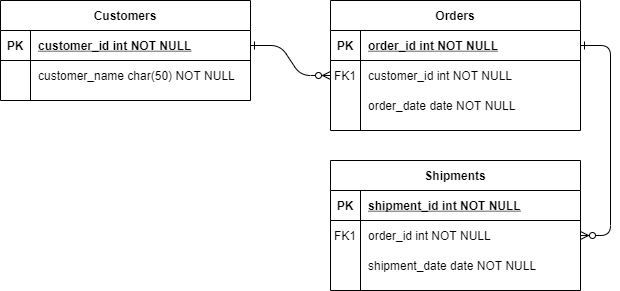
Before: img/Untitled Diagram.drawio.png, a diagram exported from draw.io (wch18735/Data-Modelling). Source tidied: cells renumbered, new cells last; positions are measured from the earlier drawing's top-left corner, leaving out a move shared by most shapes.
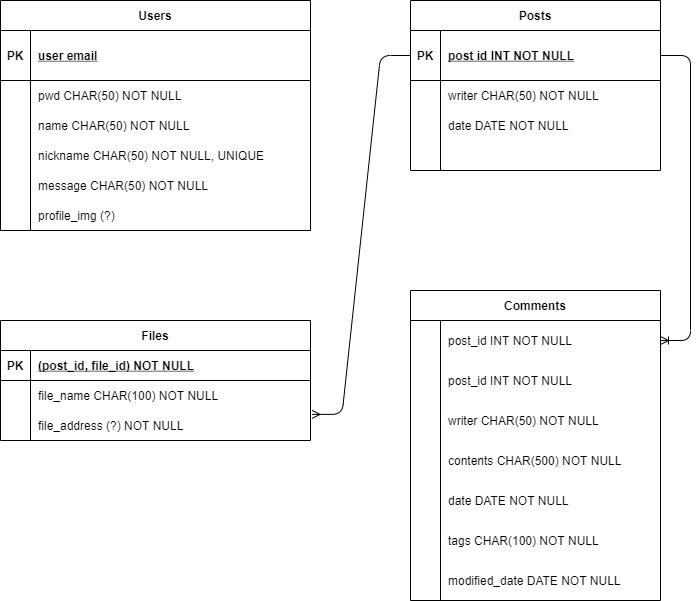
The same file after the commit.

Change to the diagram source:
```diff
@@ -2,92 +2,206 @@
   <root>
     <mxCell id="0" />
     <mxCell id="1" parent="0" />
-    <mxCell id="2" style="edgeStyle=entityRelationEdgeStyle;endArrow=ERzeroToMany;startArrow=ERone;endFill=1;startFill=0;" parent="1" edge="1" source="25" target="8">
-      <mxGeometry relative="1" as="geometry" />
-    </mxCell>
-    <mxCell id="3" style="edgeStyle=entityRelationEdgeStyle;endArrow=ERzeroToMany;startArrow=ERone;endFill=1;startFill=0;" parent="1" edge="1" source="5" target="18">
-      <mxGeometry relative="1" as="geometry" />
-    </mxCell>
-    <mxCell id="4" value="Orders" style="shape=table;startSize=30;rowLines=0;fontStyle=1;align=center;" parent="1" vertex="1">
-      <mxGeometry x="330" width="250" height="130" as="geometry" />
+    <mxCell id="4" value="Posts" style="shape=table;startSize=30;rowLines=0;fontStyle=1;align=center;" parent="1" vertex="1">
+      <mxGeometry x="350" y="-20" width="250" height="170" as="geometry" />
     </mxCell>
     <mxCell id="5" style="shape=partialRectangle;fillColor=none;points=[[0,0.5],[1,0.5]];portConstraint=eastwest;top=0;left=0;right=0;bottom=1;" parent="4" vertex="1">
-      <mxGeometry y="30" width="250" height="30" as="geometry" />
+      <mxGeometry y="30" width="250" height="50" as="geometry" />
     </mxCell>
     <mxCell id="6" value="PK" style="shape=partialRectangle;overflow=hidden;fillColor=none;top=0;left=0;bottom=0;right=0;fontStyle=1;" parent="5" vertex="1">
-      <mxGeometry width="30" height="30" as="geometry" />
+      <mxGeometry width="30" height="50" as="geometry" />
     </mxCell>
-    <mxCell id="7" value="order_id int NOT NULL " style="shape=partialRectangle;overflow=hidden;fillColor=none;top=0;left=0;bottom=0;right=0;align=left;spacingLeft=6;fontStyle=5;" parent="5" vertex="1">
-      <mxGeometry x="30" width="220" height="30" as="geometry" />
+    <mxCell id="7" value="post id INT NOT NULL" style="shape=partialRectangle;overflow=hidden;fillColor=none;top=0;left=0;bottom=0;right=0;align=left;spacingLeft=6;fontStyle=5;" parent="5" vertex="1">
+      <mxGeometry x="30" width="220" height="50" as="geometry" />
     </mxCell>
     <mxCell id="8" style="shape=partialRectangle;fillColor=none;points=[[0,0.5],[1,0.5]];portConstraint=eastwest;top=0;left=0;right=0;bottom=0;" parent="4" vertex="1">
-      <mxGeometry y="60" width="250" height="30" as="geometry" />
+      <mxGeometry y="80" width="250" height="30" as="geometry" />
     </mxCell>
-    <mxCell id="9" value="FK1" style="shape=partialRectangle;overflow=hidden;fillColor=none;top=0;left=0;bottom=0;right=0;" parent="8" vertex="1">
+    <mxCell id="9" style="shape=partialRectangle;overflow=hidden;fillColor=none;top=0;left=0;bottom=0;right=0;" parent="8" vertex="1">
       <mxGeometry width="30" height="30" as="geometry" />
     </mxCell>
-    <mxCell id="10" value="customer_id int NOT NULL" style="shape=partialRectangle;overflow=hidden;fillColor=none;top=0;left=0;bottom=0;right=0;align=left;spacingLeft=6;" parent="8" vertex="1">
+    <mxCell id="10" value="writer CHAR(50) NOT NULL" style="shape=partialRectangle;overflow=hidden;fillColor=none;top=0;left=0;bottom=0;right=0;align=left;spacingLeft=6;" parent="8" vertex="1">
       <mxGeometry x="30" width="220" height="30" as="geometry" />
     </mxCell>
     <mxCell id="11" style="shape=partialRectangle;fillColor=none;top=0;left=0;right=0;bottom=0;" parent="4" vertex="1">
-      <mxGeometry y="90" width="250" height="30" as="geometry" />
+      <mxGeometry y="110" width="250" height="30" as="geometry" />
     </mxCell>
     <mxCell id="12" style="shape=partialRectangle;overflow=hidden;fillColor=none;top=0;left=0;bottom=0;right=0;" parent="11" vertex="1">
       <mxGeometry width="30" height="30" as="geometry" />
     </mxCell>
-    <mxCell id="13" value="order_date date NOT NULL" style="shape=partialRectangle;overflow=hidden;fillColor=none;top=0;left=0;bottom=0;right=0;align=left;spacingLeft=6;" parent="11" vertex="1">
+    <mxCell id="13" value="date DATE NOT NULL" style="shape=partialRectangle;overflow=hidden;fillColor=none;top=0;left=0;bottom=0;right=0;align=left;spacingLeft=6;" parent="11" vertex="1">
       <mxGeometry x="30" width="220" height="30" as="geometry" />
     </mxCell>
-    <mxCell id="14" value="Shipments" style="shape=table;startSize=30;rowLines=0;fontStyle=1;align=center;" parent="1" vertex="1">
-      <mxGeometry x="330" y="160" width="250" height="130" as="geometry" />
+    <mxCell id="14" value="Comments" style="shape=table;startSize=30;rowLines=0;fontStyle=1;align=center;" parent="1" vertex="1">
+      <mxGeometry x="350" y="270" width="250" height="310" as="geometry" />
     </mxCell>
-    <mxCell id="15" style="shape=partialRectangle;fillColor=none;top=0;left=0;right=0;bottom=1;" parent="14" vertex="1">
-      <mxGeometry y="30" width="250" height="30" as="geometry" />
-    </mxCell>
-    <mxCell id="16" value="PK" style="shape=partialRectangle;overflow=hidden;fillColor=none;top=0;left=0;bottom=0;right=0;fontStyle=1;" parent="15" vertex="1">
-      <mxGeometry width="30" height="30" as="geometry" />
-    </mxCell>
-    <mxCell id="17" value="shipment_id int NOT NULL " style="shape=partialRectangle;overflow=hidden;fillColor=none;top=0;left=0;bottom=0;right=0;align=left;spacingLeft=6;fontStyle=5;" parent="15" vertex="1">
-      <mxGeometry x="30" width="220" height="30" as="geometry" />
-    </mxCell>
-    <mxCell id="18" style="shape=partialRectangle;fillColor=none;points=[[0,0.5],[1,0.5]];portConstraint=eastwest;top=0;left=0;right=0;bottom=0;" parent="14" vertex="1">
-      <mxGeometry y="60" width="250" height="30" as="geometry" />
-    </mxCell>
-    <mxCell id="19" value="FK1" style="shape=partialRectangle;overflow=hidden;fillColor=none;top=0;left=0;bottom=0;right=0;" parent="18" vertex="1">
-      <mxGeometry width="30" height="30" as="geometry" />
-    </mxCell>
-    <mxCell id="20" value="order_id int NOT NULL" style="shape=partialRectangle;overflow=hidden;fillColor=none;top=0;left=0;bottom=0;right=0;align=left;spacingLeft=6;" parent="18" vertex="1">
-      <mxGeometry x="30" width="220" height="30" as="geometry" />
-    </mxCell>
     <mxCell id="21" style="shape=partialRectangle;fillColor=none;points=[[0,0.5],[1,0.5]];portConstraint=eastwest;top=0;left=0;right=0;bottom=0;" parent="14" vertex="1">
-      <mxGeometry y="90" width="250" height="30" as="geometry" />
+      <mxGeometry y="30" width="250" height="40" as="geometry" />
     </mxCell>
     <mxCell id="22" style="shape=partialRectangle;overflow=hidden;fillColor=none;top=0;left=0;bottom=0;right=0;" parent="21" vertex="1">
-      <mxGeometry width="30" height="30" as="geometry" />
+      <mxGeometry width="30" height="40" as="geometry" />
     </mxCell>
-    <mxCell id="23" value="shipment_date date NOT NULL" style="shape=partialRectangle;overflow=hidden;fillColor=none;top=0;left=0;bottom=0;right=0;align=left;spacingLeft=6;" parent="21" vertex="1">
-      <mxGeometry x="30" width="220" height="30" as="geometry" />
+    <mxCell id="23" value="post_id INT NOT NULL" style="shape=partialRectangle;overflow=hidden;fillColor=none;top=0;left=0;bottom=0;right=0;align=left;spacingLeft=6;" parent="21" vertex="1">
+      <mxGeometry x="30" width="220" height="40" as="geometry" />
     </mxCell>
+    <mxCell id="31" style="shape=partialRectangle;fillColor=none;top=0;left=0;right=0;bottom=0;" parent="14" vertex="1">
+      <mxGeometry y="70" width="250" height="40" as="geometry" />
+    </mxCell>
+    <mxCell id="32" style="shape=partialRectangle;overflow=hidden;fillColor=none;top=0;left=0;bottom=0;right=0;" parent="31" vertex="1">
+      <mxGeometry width="30" height="40" as="geometry" />
+    </mxCell>
+    <mxCell id="33" value="post_id INT NOT NULL" style="shape=partialRectangle;overflow=hidden;fillColor=none;top=0;left=0;bottom=0;right=0;align=left;spacingLeft=6;" parent="31" vertex="1">
+      <mxGeometry x="30" width="220" height="40" as="geometry" />
+    </mxCell>
+    <mxCell id="34" style="shape=partialRectangle;fillColor=none;top=0;left=0;right=0;bottom=0;" parent="14" vertex="1">
+      <mxGeometry y="110" width="250" height="40" as="geometry" />
+    </mxCell>
+    <mxCell id="35" style="shape=partialRectangle;overflow=hidden;fillColor=none;top=0;left=0;bottom=0;right=0;" parent="34" vertex="1">
+      <mxGeometry width="30" height="40" as="geometry" />
+    </mxCell>
+    <mxCell id="36" value="writer CHAR(50) NOT NULL" style="shape=partialRectangle;overflow=hidden;fillColor=none;top=0;left=0;bottom=0;right=0;align=left;spacingLeft=6;" parent="34" vertex="1">
+      <mxGeometry x="30" width="220" height="40" as="geometry" />
+    </mxCell>
+    <mxCell id="37" style="shape=partialRectangle;fillColor=none;top=0;left=0;right=0;bottom=0;" parent="14" vertex="1">
+      <mxGeometry y="150" width="250" height="40" as="geometry" />
+    </mxCell>
+    <mxCell id="38" style="shape=partialRectangle;overflow=hidden;fillColor=none;top=0;left=0;bottom=0;right=0;" parent="37" vertex="1">
+      <mxGeometry width="30" height="40" as="geometry" />
+    </mxCell>
+    <mxCell id="39" value="contents CHAR(500) NOT NULL" style="shape=partialRectangle;overflow=hidden;fillColor=none;top=0;left=0;bottom=0;right=0;align=left;spacingLeft=6;" parent="37" vertex="1">
+      <mxGeometry x="30" width="220" height="40" as="geometry" />
+    </mxCell>
+    <mxCell id="40" style="shape=partialRectangle;fillColor=none;top=0;left=0;right=0;bottom=0;" parent="14" vertex="1">
+      <mxGeometry y="190" width="250" height="40" as="geometry" />
+    </mxCell>
+    <mxCell id="41" style="shape=partialRectangle;overflow=hidden;fillColor=none;top=0;left=0;bottom=0;right=0;" parent="40" vertex="1">
+      <mxGeometry width="30" height="40" as="geometry" />
+    </mxCell>
+    <mxCell id="42" value="date DATE NOT NULL" style="shape=partialRectangle;overflow=hidden;fillColor=none;top=0;left=0;bottom=0;right=0;align=left;spacingLeft=6;" parent="40" vertex="1">
+      <mxGeometry x="30" width="220" height="40" as="geometry" />
+    </mxCell>
+    <mxCell id="43" style="shape=partialRectangle;fillColor=none;top=0;left=0;right=0;bottom=0;" parent="14" vertex="1">
+      <mxGeometry y="230" width="250" height="40" as="geometry" />
+    </mxCell>
+    <mxCell id="44" style="shape=partialRectangle;overflow=hidden;fillColor=none;top=0;left=0;bottom=0;right=0;" parent="43" vertex="1">
+      <mxGeometry width="30" height="40" as="geometry" />
+    </mxCell>
+    <mxCell id="45" value="tags CHAR(100) NOT NULL" style="shape=partialRectangle;overflow=hidden;fillColor=none;top=0;left=0;bottom=0;right=0;align=left;spacingLeft=6;" parent="43" vertex="1">
+      <mxGeometry x="30" width="220" height="40" as="geometry" />
+    </mxCell>
+    <mxCell id="46" style="shape=partialRectangle;fillColor=none;top=0;left=0;right=0;bottom=0;" parent="14" vertex="1">
+      <mxGeometry y="270" width="250" height="40" as="geometry" />
+    </mxCell>
+    <mxCell id="47" style="shape=partialRectangle;overflow=hidden;fillColor=none;top=0;left=0;bottom=0;right=0;" parent="46" vertex="1">
+      <mxGeometry width="30" height="40" as="geometry" />
+    </mxCell>
+    <mxCell id="48" value="modified_date DATE NOT NULL" style="shape=partialRectangle;overflow=hidden;fillColor=none;top=0;left=0;bottom=0;right=0;align=left;spacingLeft=6;" parent="46" vertex="1">
+      <mxGeometry x="30" width="220" height="40" as="geometry" />
+    </mxCell>
-    <mxCell id="24" value="Customers" style="shape=table;startSize=30;rowLines=0;fontStyle=1;align=center;" parent="1" vertex="1">
-      <mxGeometry width="250" height="100" as="geometry" />
+    <mxCell id="24" value="Users" style="shape=table;startSize=30;rowLines=0;fontStyle=1;align=center;" parent="1" vertex="1">
+      <mxGeometry x="-60" y="-20" width="310" height="230" as="geometry" />
     </mxCell>
     <mxCell id="25" style="shape=partialRectangle;fillColor=none;points=[[0,0.5],[1,0.5]];portConstraint=eastwest;top=0;left=0;right=0;bottom=1;" parent="24" vertex="1">
-      <mxGeometry y="30" width="250" height="30" as="geometry" />
+      <mxGeometry y="30" width="310" height="50" as="geometry" />
     </mxCell>
     <mxCell id="26" value="PK" style="shape=partialRectangle;overflow=hidden;fillColor=none;top=0;left=0;bottom=0;right=0;fontStyle=1;" parent="25" vertex="1">
-      <mxGeometry width="30" height="30" as="geometry" />
+      <mxGeometry width="30" height="50" as="geometry" />
     </mxCell>
-    <mxCell id="27" value="customer_id int NOT NULL " style="shape=partialRectangle;overflow=hidden;fillColor=none;top=0;left=0;bottom=0;right=0;align=left;spacingLeft=6;fontStyle=5;" parent="25" vertex="1">
-      <mxGeometry x="30" width="220" height="30" as="geometry" />
+    <mxCell id="27" value="user email" style="shape=partialRectangle;overflow=hidden;fillColor=none;top=0;left=0;bottom=0;right=0;align=left;spacingLeft=6;fontStyle=5;" parent="25" vertex="1">
+      <mxGeometry x="30" width="280" height="50" as="geometry" />
     </mxCell>
+    <mxCell id="49" style="shape=partialRectangle;fillColor=none;top=0;left=0;right=0;bottom=0;" parent="24" vertex="1">
+      <mxGeometry y="80" width="310" height="30" as="geometry" />
+    </mxCell>
+    <mxCell id="50" style="shape=partialRectangle;overflow=hidden;fillColor=none;top=0;left=0;bottom=0;right=0;" parent="49" vertex="1">
+      <mxGeometry width="30" height="30" as="geometry" />
+    </mxCell>
+    <mxCell id="51" value="pwd CHAR(50) NOT NULL" style="shape=partialRectangle;overflow=hidden;fillColor=none;top=0;left=0;bottom=0;right=0;align=left;spacingLeft=6;" parent="49" vertex="1">
+      <mxGeometry x="30" width="280" height="30" as="geometry" />
+    </mxCell>
+    <mxCell id="52" style="shape=partialRectangle;fillColor=none;top=0;left=0;right=0;bottom=0;" parent="24" vertex="1">
+      <mxGeometry y="110" width="310" height="30" as="geometry" />
+    </mxCell>
+    <mxCell id="53" style="shape=partialRectangle;overflow=hidden;fillColor=none;top=0;left=0;bottom=0;right=0;" parent="52" vertex="1">
+      <mxGeometry width="30" height="30" as="geometry" />
+    </mxCell>
+    <mxCell id="54" value="name CHAR(50) NOT NULL" style="shape=partialRectangle;overflow=hidden;fillColor=none;top=0;left=0;bottom=0;right=0;align=left;spacingLeft=6;" parent="52" vertex="1">
+      <mxGeometry x="30" width="280" height="30" as="geometry" />
+    </mxCell>
+    <mxCell id="55" style="shape=partialRectangle;fillColor=none;top=0;left=0;right=0;bottom=0;" parent="24" vertex="1">
+      <mxGeometry y="140" width="310" height="30" as="geometry" />
+    </mxCell>
+    <mxCell id="56" style="shape=partialRectangle;overflow=hidden;fillColor=none;top=0;left=0;bottom=0;right=0;" parent="55" vertex="1">
+      <mxGeometry width="30" height="30" as="geometry" />
+    </mxCell>
+    <mxCell id="57" value="nickname CHAR(50) NOT NULL, UNIQUE" style="shape=partialRectangle;overflow=hidden;fillColor=none;top=0;left=0;bottom=0;right=0;align=left;spacingLeft=6;" parent="55" vertex="1">
+      <mxGeometry x="30" width="280" height="30" as="geometry" />
+    </mxCell>
     <mxCell id="28" style="shape=partialRectangle;fillColor=none;top=0;left=0;right=0;bottom=0;" parent="24" vertex="1">
-      <mxGeometry y="60" width="250" height="30" as="geometry" />
+      <mxGeometry y="170" width="310" height="30" as="geometry" />
     </mxCell>
     <mxCell id="29" style="shape=partialRectangle;overflow=hidden;fillColor=none;top=0;left=0;bottom=0;right=0;" parent="28" vertex="1">
       <mxGeometry width="30" height="30" as="geometry" />
     </mxCell>
-    <mxCell id="30" value="customer_name char(50) NOT NULL" style="shape=partialRectangle;overflow=hidden;fillColor=none;top=0;left=0;bottom=0;right=0;align=left;spacingLeft=6;" parent="28" vertex="1">
-      <mxGeometry x="30" width="220" height="30" as="geometry" />
+    <mxCell id="30" value="message CHAR(50) NOT NULL" style="shape=partialRectangle;overflow=hidden;fillColor=none;top=0;left=0;bottom=0;right=0;align=left;spacingLeft=6;" parent="28" vertex="1">
+      <mxGeometry x="30" width="280" height="30" as="geometry" />
     </mxCell>
+    <mxCell id="58" style="shape=partialRectangle;fillColor=none;top=0;left=0;right=0;bottom=0;" parent="24" vertex="1">
+      <mxGeometry y="200" width="310" height="30" as="geometry" />
+    </mxCell>
+    <mxCell id="59" style="shape=partialRectangle;overflow=hidden;fillColor=none;top=0;left=0;bottom=0;right=0;" parent="58" vertex="1">
+      <mxGeometry width="30" height="30" as="geometry" />
+    </mxCell>
+    <mxCell id="60" value="profile_img (?)" style="shape=partialRectangle;overflow=hidden;fillColor=none;top=0;left=0;bottom=0;right=0;align=left;spacingLeft=6;" parent="58" vertex="1">
+      <mxGeometry x="30" width="280" height="30" as="geometry" />
+    </mxCell>
+    <mxCell id="61" value="Files" style="shape=table;startSize=30;rowLines=0;fontStyle=1;align=center;" parent="1" vertex="1">
+      <mxGeometry x="-60" y="300" width="310" height="120" as="geometry" />
+    </mxCell>
+    <mxCell id="62" style="shape=partialRectangle;fillColor=none;top=0;left=0;right=0;bottom=1;" parent="61" vertex="1">
+      <mxGeometry y="30" width="310" height="30" as="geometry" />
+    </mxCell>
+    <mxCell id="16" value="PK" style="shape=partialRectangle;overflow=hidden;fillColor=none;top=0;left=0;bottom=0;right=0;fontStyle=1;" parent="62" vertex="1">
+      <mxGeometry width="30" height="30" as="geometry" />
+    </mxCell>
+    <mxCell id="63" value="(post_id, file_id) NOT NULL " style="shape=partialRectangle;overflow=hidden;fillColor=none;top=0;left=0;bottom=0;right=0;align=left;spacingLeft=6;fontStyle=5;" parent="62" vertex="1">
+      <mxGeometry x="30" width="280" height="30" as="geometry" />
+    </mxCell>
+    <mxCell id="64" style="shape=partialRectangle;fillColor=none;top=0;left=0;right=0;bottom=0;" parent="61" vertex="1">
+      <mxGeometry y="60" width="310" height="30" as="geometry" />
+    </mxCell>
+    <mxCell id="65" style="shape=partialRectangle;overflow=hidden;fillColor=none;top=0;left=0;bottom=0;right=0;" parent="64" vertex="1">
+      <mxGeometry width="30" height="30" as="geometry" />
+    </mxCell>
+    <mxCell id="66" value="file_name CHAR(100) NOT NULL" style="shape=partialRectangle;overflow=hidden;fillColor=none;top=0;left=0;bottom=0;right=0;align=left;spacingLeft=6;" parent="64" vertex="1">
+      <mxGeometry x="30" width="280" height="30" as="geometry" />
+    </mxCell>
+    <mxCell id="67" style="shape=partialRectangle;fillColor=none;points=[[0,0.5],[1,0.5]];portConstraint=eastwest;top=0;left=0;right=0;bottom=0;" parent="61" vertex="1">
+      <mxGeometry y="90" width="310" height="30" as="geometry" />
+    </mxCell>
+    <mxCell id="68" style="shape=partialRectangle;overflow=hidden;fillColor=none;top=0;left=0;bottom=0;right=0;" parent="67" vertex="1">
+      <mxGeometry width="30" height="30" as="geometry" />
+    </mxCell>
+    <mxCell id="69" value="file_address (?) NOT NULL" style="shape=partialRectangle;overflow=hidden;fillColor=none;top=0;left=0;bottom=0;right=0;align=left;spacingLeft=6;" parent="67" vertex="1">
+      <mxGeometry x="30" width="280" height="30" as="geometry" />
+    </mxCell>
+    <mxCell id="70" style="shape=partialRectangle;fillColor=none;top=0;left=0;right=0;bottom=0;" parent="1" vertex="1">
+      <mxGeometry x="350" y="120" width="250" height="30" as="geometry" />
+    </mxCell>
+    <mxCell id="71" style="shape=partialRectangle;overflow=hidden;fillColor=none;top=0;left=0;bottom=0;right=0;" parent="70" vertex="1">
+      <mxGeometry width="30" height="30" as="geometry" />
+    </mxCell>
+    <mxCell id="72" style="edgeStyle=entityRelationEdgeStyle;fontSize=12;html=1;endArrow=ERmany;entryX=1.005;entryY=0.129;entryDx=0;entryDy=0;entryPerimeter=0;" parent="1" edge="1" source="5" target="67">
+      <mxGeometry relative="1" as="geometry" />
+    </mxCell>
+    <mxCell id="73" style="edgeStyle=entityRelationEdgeStyle;fontSize=12;html=1;endArrow=ERoneToMany;entryX=1;entryY=0.5;entryDx=0;entryDy=0;exitX=1;exitY=0.5;exitDx=0;exitDy=0;" parent="1" edge="1" source="5" target="21">
+      <mxGeometry relative="1" as="geometry" />
+    </mxCell>
+    <mxCell id="74" style="shape=partialRectangle;fillColor=none;top=0;left=0;right=0;bottom=0;" parent="1" vertex="1">
+      <mxGeometry x="350" y="120" width="250" height="30" as="geometry" />
+    </mxCell>
+    <mxCell id="75" style="shape=partialRectangle;overflow=hidden;fillColor=none;top=0;left=0;bottom=0;right=0;" parent="74" vertex="1">
+      <mxGeometry width="30" height="30" as="geometry" />
+    </mxCell>
   </root>
 </mxGraphModel>
```
